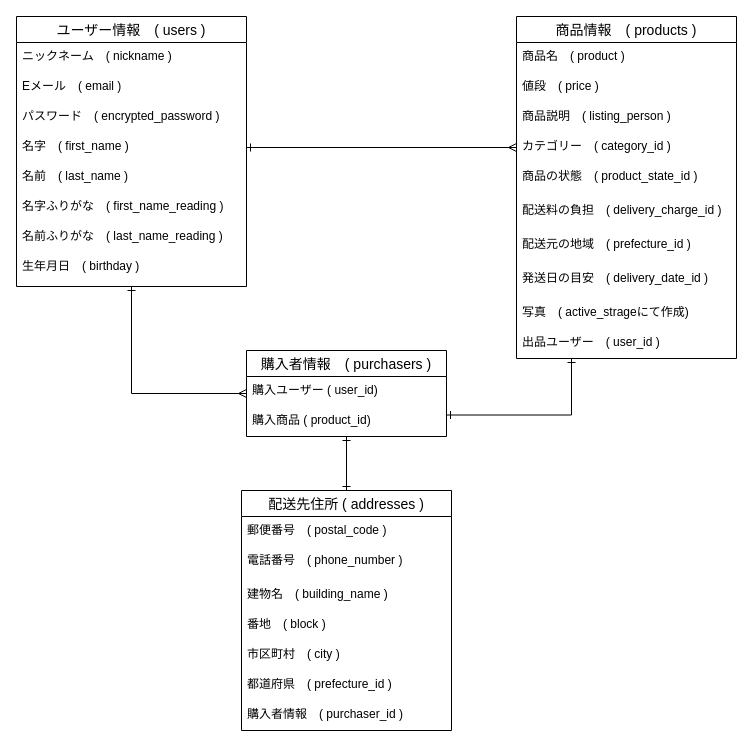
Above: furima_ER.dio in YM520-M94/furima-34252 (draw.io), before the change. Source tidied: cells renumbered, new cells numbered last; positions are measured from the earlier drawing's top-left corner, leaving out a move shared by most shapes. Both pictures are drawn from the tidied source at 100%, with x=0, y=0 at pixel (16, 16).
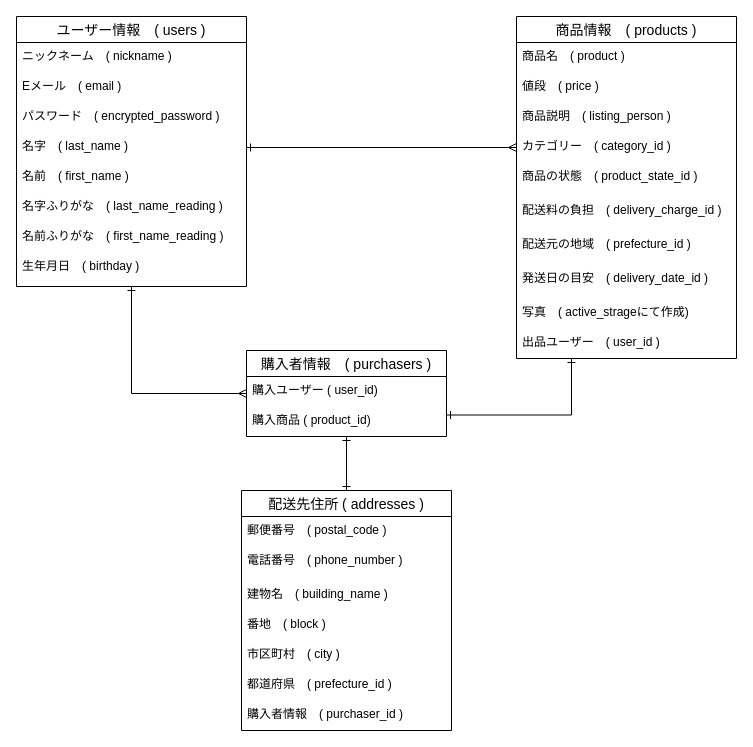
The same diagram, later.

Commit message:
ER図　カラム名訂正

The change refers to these unchanged cells:
```xml
<mxCell id="19" value="ユーザー情報　( users )" style="swimlane;fontStyle=0;horizontal=1;startSize=26;align=center;fontSize=14;" parent="1" vertex="1">
  <mxGeometry width="230" height="270" as="geometry" />
</mxCell>
```

The edit, as a diff of the source:
```diff
@@
-    <mxCell id="23" value="名字　( first_name )" style="text;strokeColor=none;fillColor=none;spacingLeft=4;spacingRight=4;overflow=hidden;points=[[0,0.5],[1,0.5]];portConstraint=eastwest;fontSize=12;" parent="19" vertex="1">
+    <mxCell id="23" value="名字　( last_name )" style="text;strokeColor=none;fillColor=none;spacingLeft=4;spacingRight=4;overflow=hidden;points=[[0,0.5],[1,0.5]];portConstraint=eastwest;fontSize=12;" parent="19" vertex="1">
       <mxGeometry y="116" width="230" height="30" as="geometry" />
     </mxCell>
-    <mxCell id="24" value="名前　( last_name )" style="text;strokeColor=none;fillColor=none;spacingLeft=4;spacingRight=4;overflow=hidden;fontSize=12;" parent="19" vertex="1">
+    <mxCell id="24" value="名前　( first_name )" style="text;strokeColor=none;fillColor=none;spacingLeft=4;spacingRight=4;overflow=hidden;fontSize=12;" parent="19" vertex="1">
       <mxGeometry y="146" width="230" height="30" as="geometry" />
     </mxCell>
-    <mxCell id="25" value="名字ふりがな　( first_name_reading )" style="text;strokeColor=none;fillColor=none;spacingLeft=4;spacingRight=4;overflow=hidden;fontSize=12;" parent="19" vertex="1">
+    <mxCell id="25" value="名字ふりがな　( last_name_reading )" style="text;strokeColor=none;fillColor=none;spacingLeft=4;spacingRight=4;overflow=hidden;fontSize=12;" parent="19" vertex="1">
       <mxGeometry y="176" width="230" height="30" as="geometry" />
     </mxCell>
-    <mxCell id="26" value="名前ふりがな　( last_name_reading )" style="text;strokeColor=none;fillColor=none;spacingLeft=4;spacingRight=4;overflow=hidden;fontSize=12;" parent="19" vertex="1">
+    <mxCell id="26" value="名前ふりがな　( first_name_reading )" style="text;strokeColor=none;fillColor=none;spacingLeft=4;spacingRight=4;overflow=hidden;fontSize=12;" parent="19" vertex="1">
       <mxGeometry y="206" width="230" height="30" as="geometry" />
     </mxCell>
```
